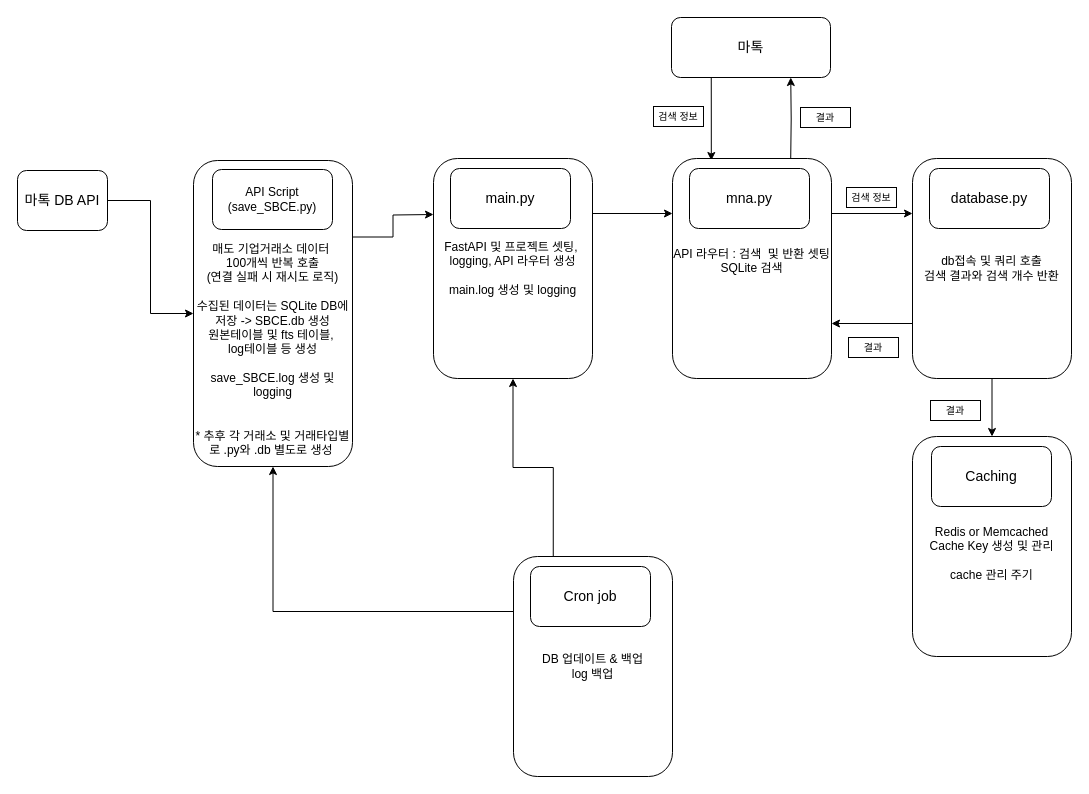
Before: news_chatbot/MNA_SEARCH_PIPELING.drawio in jinucho/K_digital_training, a draw.io diagram. Source tidied: cells renumbered, new cells numbered last; positions are measured from the earlier drawing's top-left corner, leaving out a move shared by most shapes. Both pictures are drawn from the tidied source at 100%, with x=0, y=0 at pixel (17, 17).
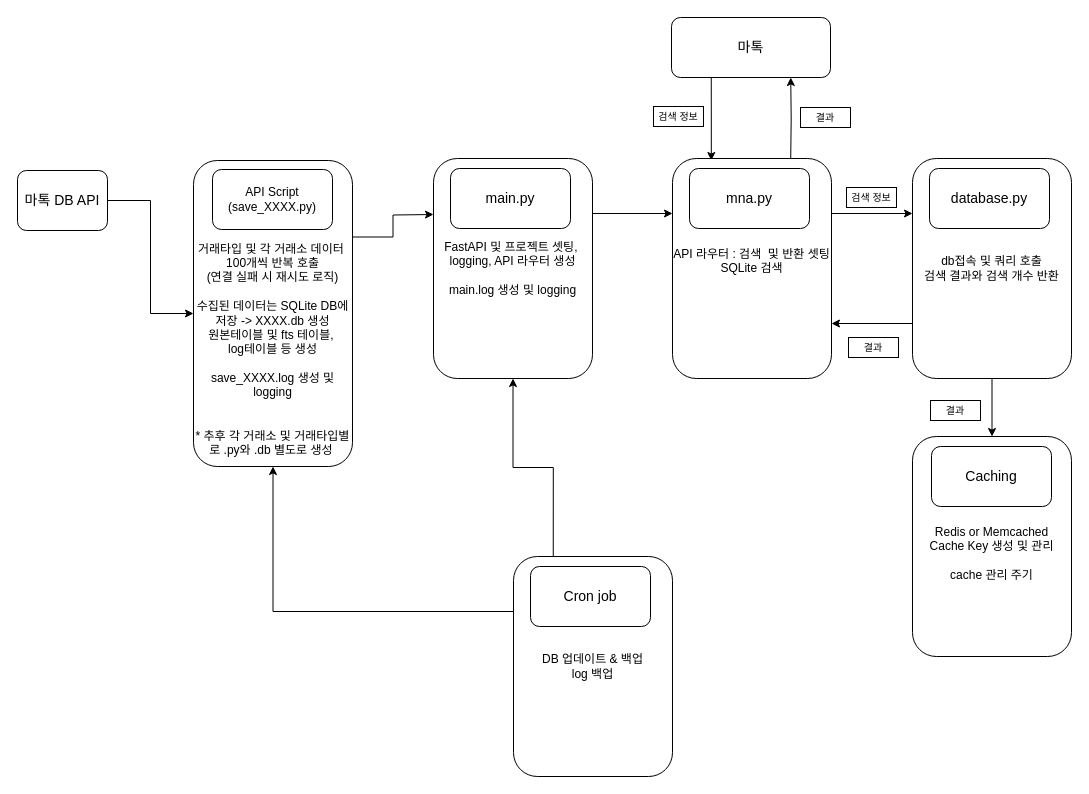
The same page after the edit.

What changed in the source:
```diff
@@
-    <mxCell id="3" value="&lt;div&gt;&lt;font style=&quot;font-size: 12px;&quot;&gt;&lt;br&gt;&lt;/font&gt;&lt;/div&gt;&lt;div&gt;&lt;font style=&quot;font-size: 12px;&quot;&gt;&lt;br&gt;&lt;/font&gt;&lt;/div&gt;&lt;div&gt;&lt;font style=&quot;font-size: 12px;&quot;&gt;&lt;br&gt;&lt;/font&gt;&lt;/div&gt;&lt;div&gt;&lt;font style=&quot;font-size: 12px;&quot;&gt;&lt;br&gt;&lt;/font&gt;&lt;/div&gt;&lt;div&gt;&lt;br&gt;&lt;/div&gt;&lt;font style=&quot;font-size: 12px;&quot;&gt;매도 기업거래소 데이터&amp;nbsp;&lt;/font&gt;&lt;div&gt;&lt;font style=&quot;font-size: 12px;&quot;&gt;100개씩 반복 호출&lt;/font&gt;&lt;div&gt;(연결 실패 시 재시도 로직)&lt;br&gt;&lt;div style=&quot;&quot;&gt;&lt;font style=&quot;font-size: 12px;&quot;&gt;&lt;br&gt;&lt;/font&gt;&lt;/div&gt;&lt;div style=&quot;&quot;&gt;&lt;font style=&quot;font-size: 12px;&quot;&gt;수집된 데이터는 SQLite DB에 저장 -&amp;gt; SBCE.db 생성&lt;/font&gt;&lt;/div&gt;&lt;/div&gt;&lt;div style=&quot;&quot;&gt;원본테이블 및 fts 테이블,&amp;nbsp;&lt;/div&gt;&lt;div style=&quot;&quot;&gt;log테이블 등 생성&lt;/div&gt;&lt;div style=&quot;&quot;&gt;&lt;br&gt;&lt;/div&gt;&lt;div style=&quot;&quot;&gt;save_SBCE.log 생성 및 logging&lt;/div&gt;&lt;div style=&quot;&quot;&gt;&lt;br&gt;&lt;/div&gt;&lt;div style=&quot;&quot;&gt;&lt;br&gt;&lt;/div&gt;&lt;div style=&quot;&quot;&gt;* 추후 각 거래소 및 거래타입별로 .py와 .db 별도로 생성&amp;nbsp;&lt;/div&gt;&lt;/div&gt;" style="rounded=1;whiteSpace=wrap;html=1;align=center;" parent="1" vertex="1">
+    <mxCell id="3" value="&lt;div&gt;&lt;font style=&quot;font-size: 12px;&quot;&gt;&lt;br&gt;&lt;/font&gt;&lt;/div&gt;&lt;div&gt;&lt;font style=&quot;font-size: 12px;&quot;&gt;&lt;br&gt;&lt;/font&gt;&lt;/div&gt;&lt;div&gt;&lt;font style=&quot;font-size: 12px;&quot;&gt;&lt;br&gt;&lt;/font&gt;&lt;/div&gt;&lt;div&gt;&lt;font style=&quot;font-size: 12px;&quot;&gt;&lt;br&gt;&lt;/font&gt;&lt;/div&gt;&lt;div&gt;&lt;br&gt;&lt;/div&gt;&lt;font style=&quot;font-size: 12px;&quot;&gt;거래타입 및 각 거래소 데이터&amp;nbsp;&lt;/font&gt;&lt;div&gt;&lt;font style=&quot;font-size: 12px;&quot;&gt;100개씩 반복 호출&lt;/font&gt;&lt;div&gt;(연결 실패 시 재시도 로직)&lt;br&gt;&lt;div style=&quot;&quot;&gt;&lt;font style=&quot;font-size: 12px;&quot;&gt;&lt;br&gt;&lt;/font&gt;&lt;/div&gt;&lt;div style=&quot;&quot;&gt;&lt;font style=&quot;font-size: 12px;&quot;&gt;수집된 데이터는 SQLite DB에 저장 -&amp;gt; XXXX.db 생성&lt;/font&gt;&lt;/div&gt;&lt;/div&gt;&lt;div style=&quot;&quot;&gt;원본테이블 및 fts 테이블,&amp;nbsp;&lt;/div&gt;&lt;div style=&quot;&quot;&gt;log테이블 등 생성&lt;/div&gt;&lt;div style=&quot;&quot;&gt;&lt;br&gt;&lt;/div&gt;&lt;div style=&quot;&quot;&gt;save_XXXX.log 생성 및 logging&lt;/div&gt;&lt;div style=&quot;&quot;&gt;&lt;br&gt;&lt;/div&gt;&lt;div style=&quot;&quot;&gt;&lt;br&gt;&lt;/div&gt;&lt;div style=&quot;&quot;&gt;* 추후 각 거래소 및 거래타입별로 .py와 .db 별도로 생성&amp;nbsp;&lt;/div&gt;&lt;/div&gt;" style="rounded=1;whiteSpace=wrap;html=1;align=center;" parent="1" vertex="1">
       <mxGeometry x="176" y="143" width="159" height="306" as="geometry" />
     </mxCell>
@@
-    <mxCell id="6" value="API Script&lt;div&gt;(save_SBCE.py)&lt;/div&gt;" style="rounded=1;whiteSpace=wrap;html=1;" parent="1" vertex="1">
+    <mxCell id="6" value="API Script&lt;div&gt;(save_XXXX.py)&lt;/div&gt;" style="rounded=1;whiteSpace=wrap;html=1;" parent="1" vertex="1">
       <mxGeometry x="195" y="152" width="120" height="60" as="geometry" />
     </mxCell>
```
